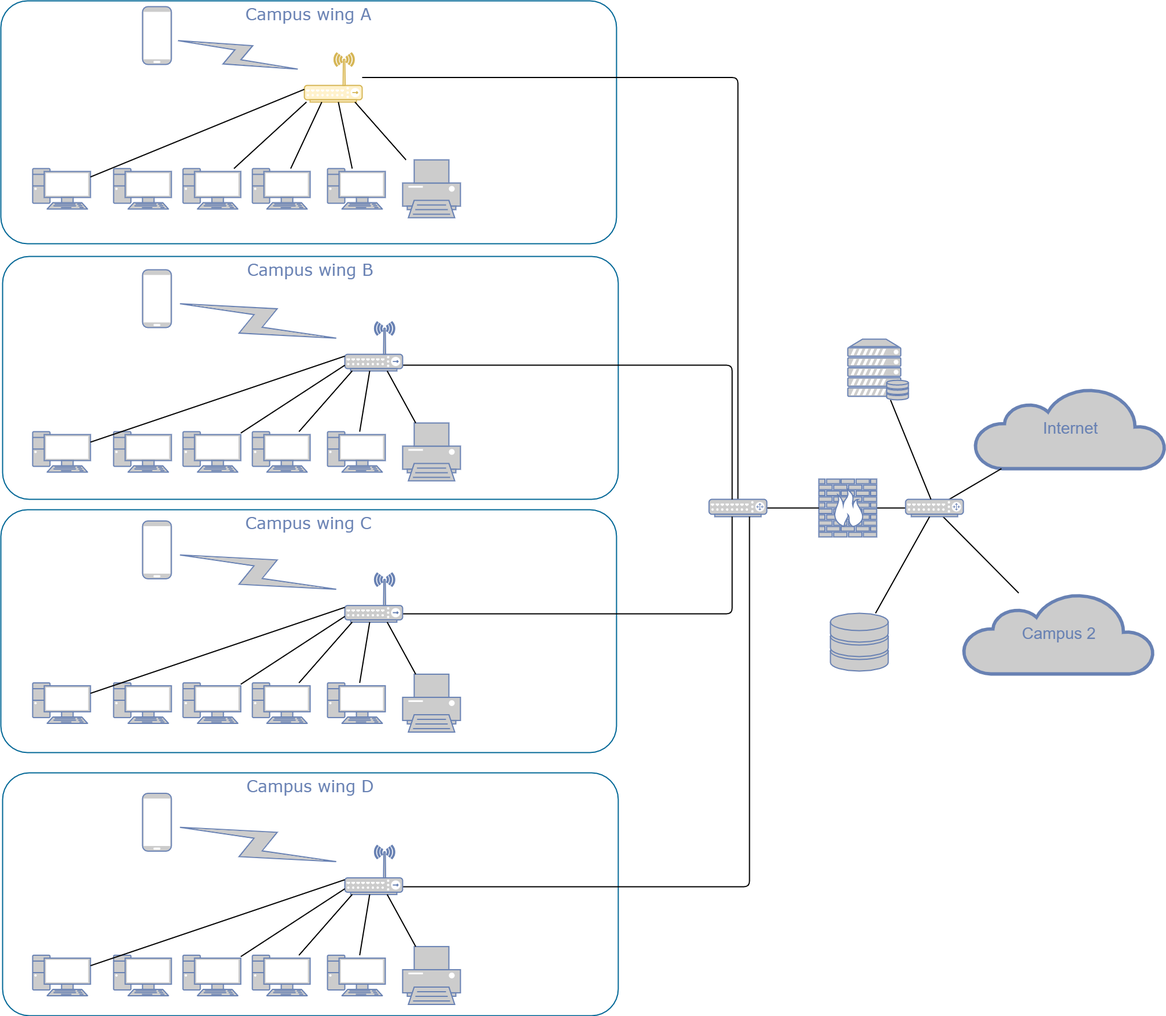
Before: Untitled Diagram.drawio.png, a diagram exported from draw.io (luranra-jpg/hello-world). Source tidied: cells renumbered, new cells last; positions are measured from the earlier drawing's top-left corner, leaving out a move shared by most shapes.
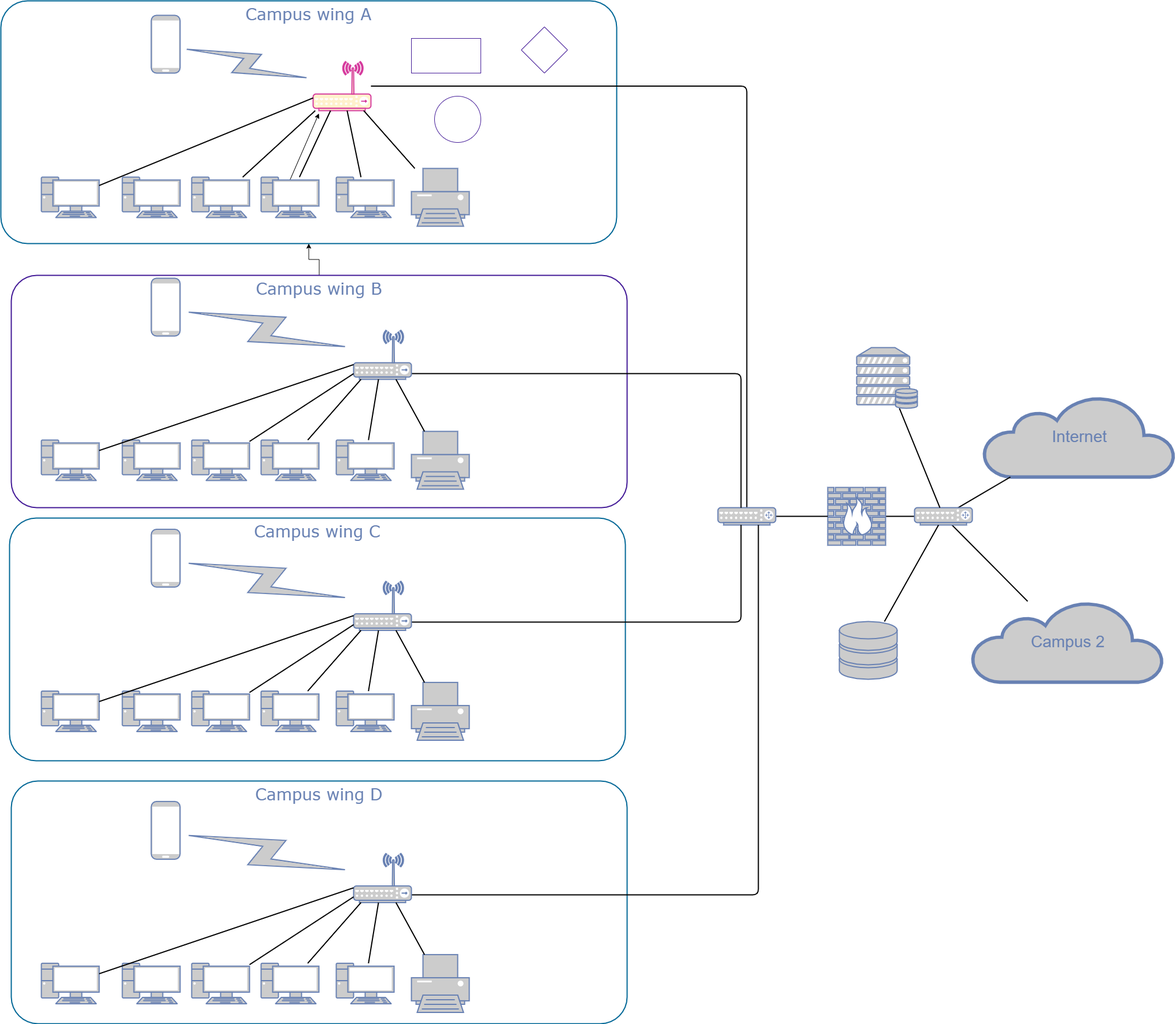
The same diagram one commit later.

The edit, as a diff of the source:
```diff
@@ -5,17 +5,20 @@
     <mxCell id="2" value="Campus wing D" style="rounded=1;whiteSpace=wrap;html=1;shadow=0;comic=0;strokeColor=#036897;strokeWidth=2;fillColor=none;fontFamily=Verdana;fontSize=28;fontColor=#6881B3;align=center;arcSize=11;verticalAlign=top;" parent="1" vertex="1">
       <mxGeometry x="3" y="1335" width="1065" height="420" as="geometry" />
     </mxCell>
-    <mxCell id="3" style="verticalAlign=top;verticalLabelPosition=bottom;labelPosition=center;align=center;html=1;gradientDirection=north;strokeWidth=2;shape=mxgraph.networks.wireless_hub;rounded=0;shadow=0;comic=0;fillColor=#fff2cc;strokeColor=#d6b656;fontStyle=1;flipV=0;flipH=0;direction=east;" parent="1" vertex="1">
+    <mxCell id="3" style="verticalAlign=top;verticalLabelPosition=bottom;labelPosition=center;align=center;html=1;gradientDirection=north;strokeWidth=2;shape=mxgraph.networks.wireless_hub;rounded=0;shadow=0;comic=0;fillColor=#fff2cc;strokeColor=#D63C9E;fontStyle=1;flipV=0;flipH=0;direction=east;" parent="1" vertex="1">
       <mxGeometry x="525" y="90" width="100" height="85" as="geometry" />
     </mxCell>
     <mxCell id="4" value="Campus wing C" style="rounded=1;whiteSpace=wrap;html=1;shadow=0;comic=0;strokeColor=#036897;strokeWidth=2;fillColor=none;fontFamily=Verdana;fontSize=28;fontColor=#6881B3;align=center;arcSize=11;verticalAlign=top;" parent="1" vertex="1">
       <mxGeometry y="880" width="1065" height="420" as="geometry" />
     </mxCell>
+    <mxCell id="79" style="edgeStyle=orthogonalEdgeStyle;rounded=0;jettySize=auto;html=1;" parent="1" edge="1" source="5" target="6">
+      <mxGeometry relative="1" as="geometry" />
+    </mxCell>
-    <mxCell id="5" value="Campus wing B" style="rounded=1;whiteSpace=wrap;html=1;shadow=0;comic=0;strokeColor=#036897;strokeWidth=2;fillColor=none;fontFamily=Verdana;fontSize=28;fontColor=#6881B3;align=center;arcSize=11;verticalAlign=top;" parent="1" vertex="1">
-      <mxGeometry x="3" y="442" width="1065" height="420" as="geometry" />
+    <mxCell id="5" value="Campus wing B" style="rounded=1;whiteSpace=wrap;html=1;shadow=0;comic=0;strokeColor=#431A97;strokeWidth=2;fillColor=none;fontFamily=Verdana;fontSize=28;fontColor=#6881B3;align=center;arcSize=11;verticalAlign=top;" parent="1" vertex="1">
+      <mxGeometry x="3" y="460" width="1065" height="402" as="geometry" />
     </mxCell>
     <mxCell id="6" value="Campus wing A" style="rounded=1;whiteSpace=wrap;html=1;shadow=0;comic=0;strokeColor=#036897;strokeWidth=2;fillColor=none;fontFamily=Verdana;fontSize=28;fontColor=#6881B3;align=center;arcSize=11;verticalAlign=top;" parent="1" vertex="1">
-      <mxGeometry width="1065" height="420" as="geometry" />
+      <mxGeometry x="-15" y="-15" width="1065" height="420" as="geometry" />
     </mxCell>
     <mxCell id="7" style="edgeStyle=none;html=1;labelBackgroundColor=none;endArrow=none;endFill=0;strokeWidth=2;fontFamily=Verdana;fontSize=28;fontColor=#6881B3;" parent="1" edge="1" source="8" target="58">
       <mxGeometry relative="1" as="geometry" />
@@ -41,6 +44,11 @@
     <mxCell id="14" style="fontColor=#0066CC;verticalAlign=top;verticalLabelPosition=bottom;labelPosition=center;align=center;html=1;fillColor=#CCCCCC;strokeColor=#6881B3;gradientColor=none;gradientDirection=north;strokeWidth=2;shape=mxgraph.networks.pc;rounded=0;shadow=0;comic=0;" parent="1" vertex="1">
       <mxGeometry x="315" y="290" width="100" height="70" as="geometry" />
     </mxCell>
+    <mxCell id="80" style="edgeStyle=none;rounded=0;jettySize=auto;html=1;exitX=0.5;exitY=0.07;exitDx=0;exitDy=0;exitPerimeter=0;" parent="1" edge="1" source="15">
+      <mxGeometry relative="1" as="geometry">
+        <mxPoint x="535" y="180" as="targetPoint" />
+      </mxGeometry>
+    </mxCell>
     <mxCell id="15" style="fontColor=#0066CC;verticalAlign=top;verticalLabelPosition=bottom;labelPosition=center;align=center;html=1;fillColor=#CCCCCC;strokeColor=#6881B3;gradientColor=none;gradientDirection=north;strokeWidth=2;shape=mxgraph.networks.pc;rounded=0;shadow=0;comic=0;" parent="1" vertex="1">
       <mxGeometry x="435" y="290" width="100" height="70" as="geometry" />
     </mxCell>
@@ -245,5 +253,14 @@
     <mxCell id="78" value="Campus 2" style="html=1;fillColor=#CCCCCC;strokeColor=#6881B3;gradientColor=none;gradientDirection=north;strokeWidth=2;shape=mxgraph.networks.cloud;fontColor=#6881B3;rounded=0;shadow=0;comic=0;align=center;fontSize=28;" parent="1" vertex="1">
       <mxGeometry x="1665" y="1024" width="330" height="140" as="geometry" />
     </mxCell>
+    <mxCell id="81" style="whiteSpace=wrap;html=1;strokeColor=#431A97;fillColor=none;" parent="1" vertex="1">
+      <mxGeometry x="695" y="50" width="120" height="60" as="geometry" />
+    </mxCell>
+    <mxCell id="82" style="ellipse;whiteSpace=wrap;html=1;strokeColor=#431A97;fillColor=none;" parent="1" vertex="1">
+      <mxGeometry x="735" y="150" width="80" height="80" as="geometry" />
+    </mxCell>
+    <mxCell id="83" style="rhombus;whiteSpace=wrap;html=1;strokeColor=#431A97;fillColor=none;" parent="1" vertex="1">
+      <mxGeometry x="885" y="30" width="80" height="80" as="geometry" />
+    </mxCell>
   </root>
 </mxGraphModel>
```
